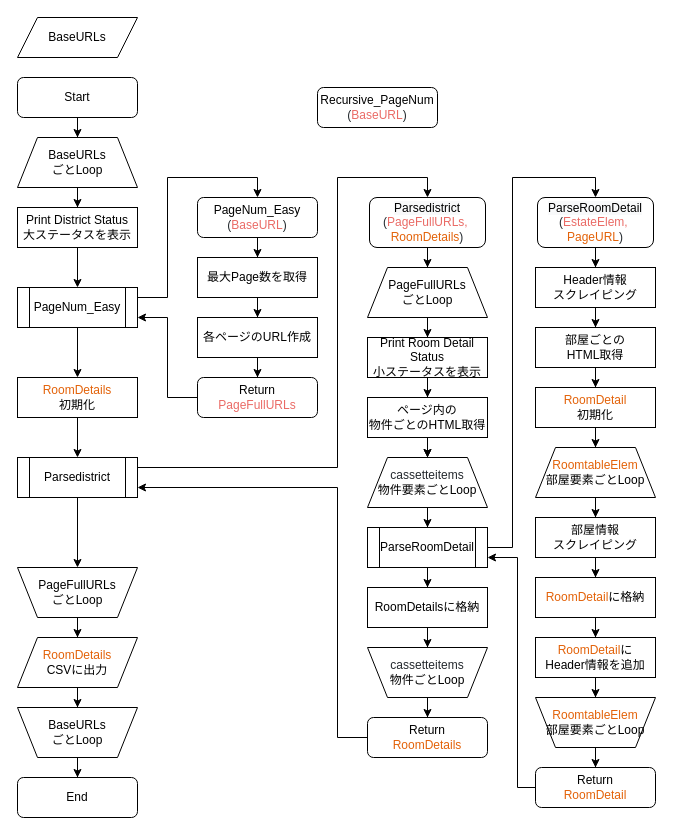
Earlier version of the draw.io diagram Untitled Diagram.drawio (shoheimiyazaki/SUMMO_Scraping). Source tidied: cells renumbered, new cells numbered last; positions are measured from the earlier drawing's top-left corner, leaving out a move shared by most shapes. Both pictures are drawn from the tidied source at 100%, with x=0, y=0 at pixel (17, 17).
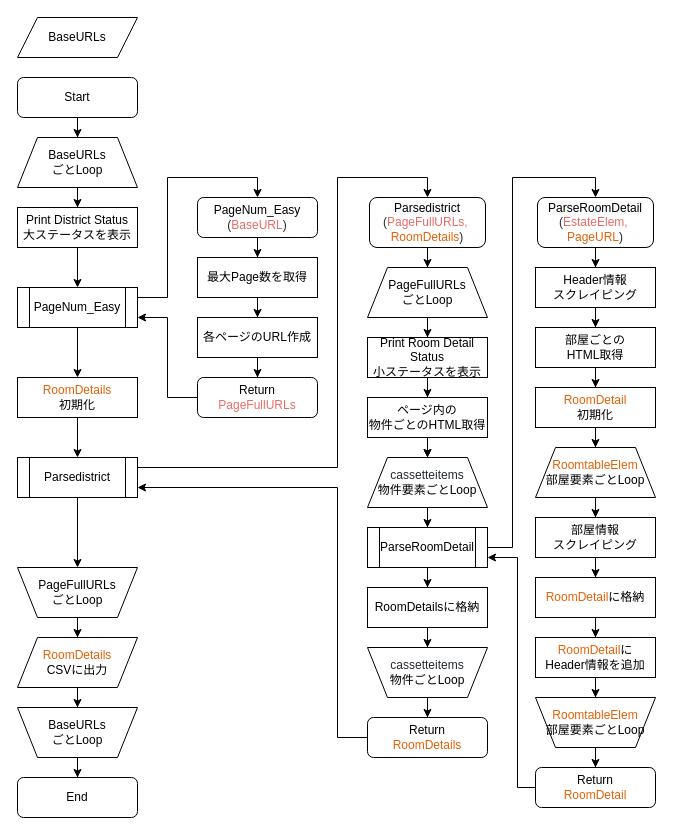
Above is the later version.

Commit message:
Removed unnecessary part

Diff of the diagram source:
```diff
@@
-    <mxCell id="33" value="&lt;span class=&quot;pl-v&quot; style=&quot;box-sizing: border-box ; font-family: , , &amp;#34;sf mono&amp;#34; , &amp;#34;consolas&amp;#34; , &amp;#34;liberation mono&amp;#34; , &amp;#34;menlo&amp;#34; , monospace ; background-color: rgb(255 , 255 , 255)&quot;&gt;&lt;span class=&quot;pl-token&quot; style=&quot;box-sizing: border-box&quot;&gt;Recursive_PageNum&lt;br&gt;&lt;/span&gt;&lt;/span&gt;&lt;span style=&quot;color: rgb(36 , 41 , 46) ; font-family: , , &amp;#34;sf mono&amp;#34; , &amp;#34;consolas&amp;#34; , &amp;#34;liberation mono&amp;#34; , &amp;#34;menlo&amp;#34; , monospace ; background-color: rgb(255 , 255 , 255)&quot;&gt;(&lt;/span&gt;&lt;span style=&quot;background-color: rgb(255 , 255 , 255)&quot;&gt;&lt;font color=&quot;#ea6b66&quot;&gt;BaseURL&lt;/font&gt;&lt;/span&gt;&lt;span style=&quot;color: rgb(36 , 41 , 46) ; font-family: , , &amp;#34;sf mono&amp;#34; , &amp;#34;consolas&amp;#34; , &amp;#34;liberation mono&amp;#34; , &amp;#34;menlo&amp;#34; , monospace ; background-color: rgb(255 , 255 , 255)&quot;&gt;)&lt;/span&gt;" style="rounded=1;whiteSpace=wrap;html=1;fontSize=12;glass=0;strokeWidth=1;shadow=0;" parent="1" vertex="1">
-      <mxGeometry x="300" y="70" width="120" height="40" as="geometry" />
-    </mxCell>
```
